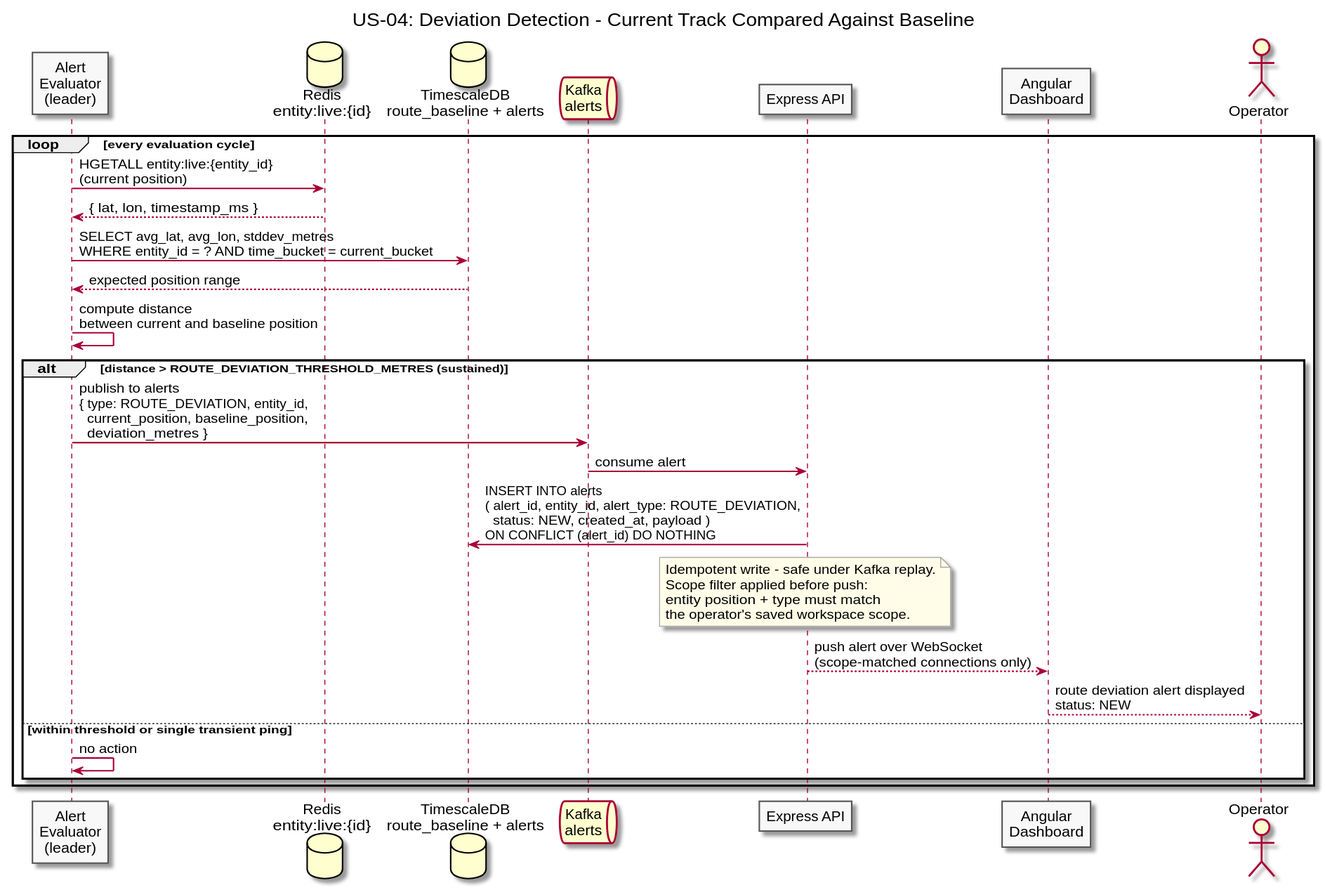
Above: diagrams/docs/use-cases/US-04-route-deviation-alert/deviation-detection.svg in Buffden/sentinel (PlantUML), before the change.
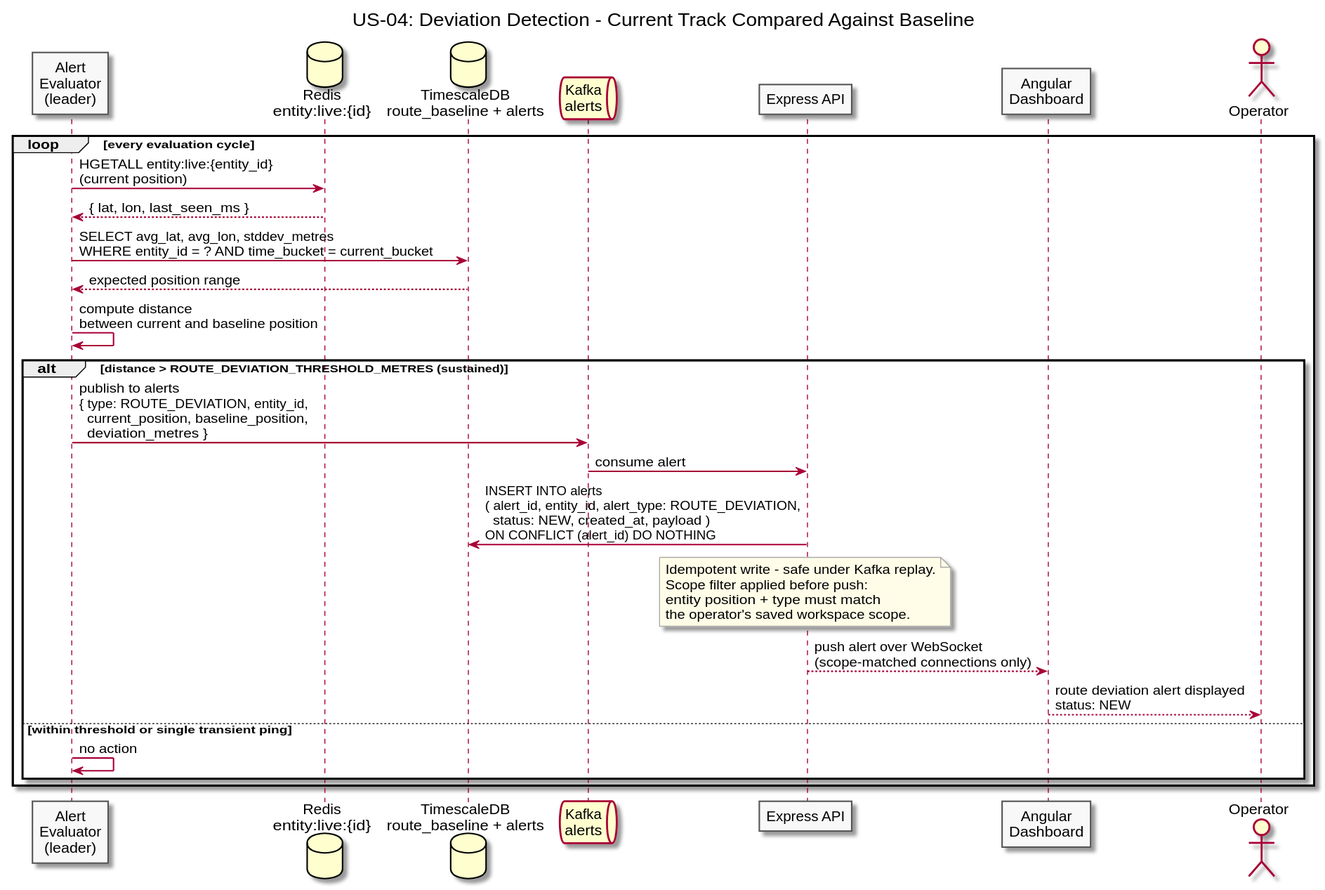
Later version of the same file.

What changed in the source:
```diff
@@ -17,7 +17,7 @@
 
 loop every evaluation cycle
   Evaluator -> Redis : HGETALL entity:live:{entity_id}\n(current position)
-  Redis --> Evaluator : { lat, lon, timestamp_ms }
+  Redis --> Evaluator : { lat, lon, last_seen_ms }
 
   Evaluator -> Baseline : SELECT avg_lat, avg_lon, stddev_metres\nWHERE entity_id = ? AND time_bucket = current_bucket
   Baseline --> Evaluator : expected position range
```
